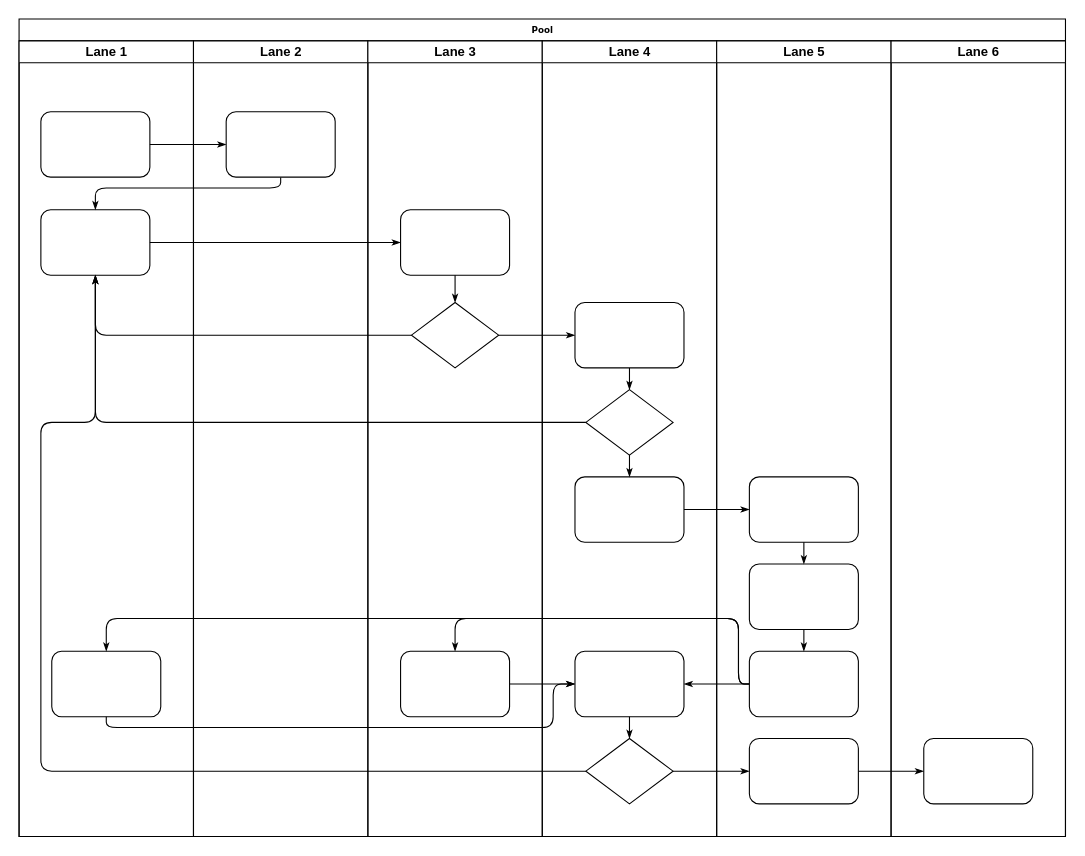
Before: diagrams/sa-ignore-gateway.drawio in ly-chn/tuchuang, a draw.io diagram. Source tidied: cells renumbered, new cells numbered last; positions are measured from the earlier drawing's top-left corner, leaving out a move shared by most shapes. Both pictures are drawn from the tidied source at 109%, with x=0, y=0 at pixel (19, 19).
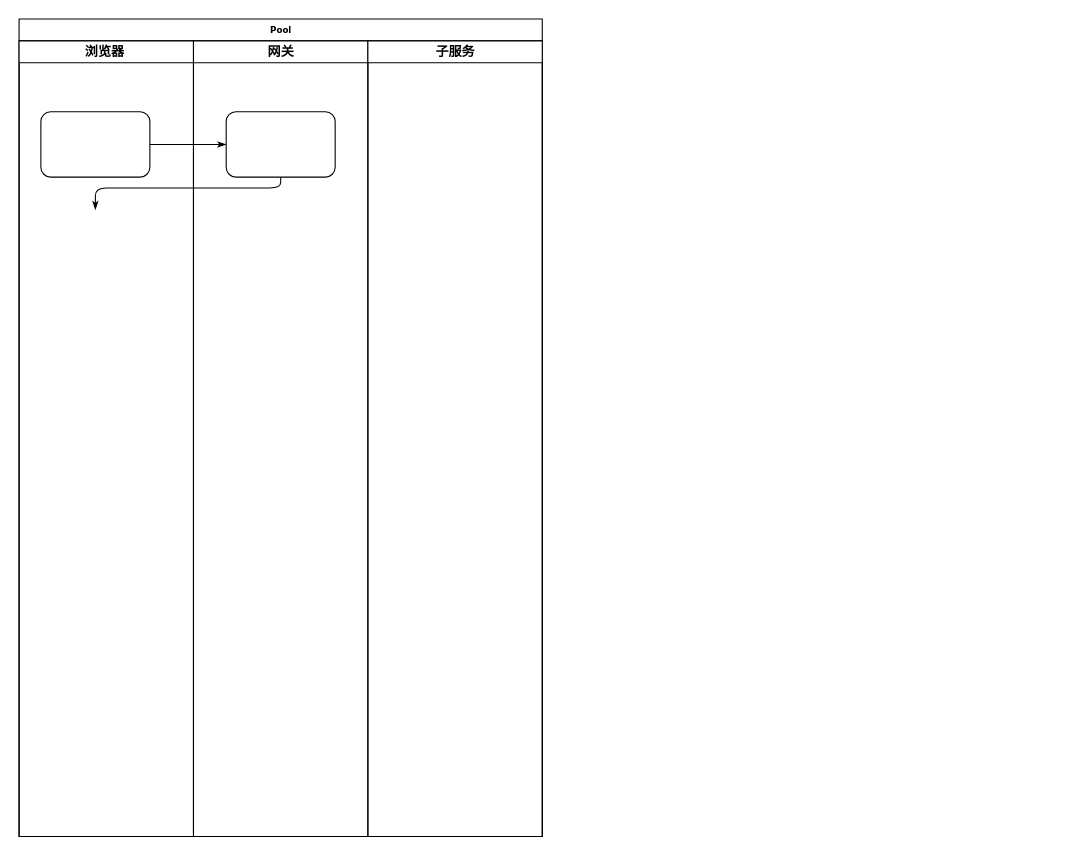
After the change.

The change refers to these unchanged cells:
```xml
<mxCell id="23" style="rounded=1;whiteSpace=wrap;html=1;shadow=0;labelBackgroundColor=none;strokeWidth=1;fontFamily=Verdana;fontSize=8;align=center;" parent="22" vertex="1">
  <mxGeometry x="30" y="65" width="100" height="60" as="geometry" />
</mxCell>
```

What changed in the source:
```diff
@@
     <mxCell id="2" value="Pool" style="swimlane;html=1;startSize=20;rounded=0;shadow=0;labelBackgroundColor=none;strokeWidth=1;fontFamily=Verdana;fontSize=8;align=center;" parent="1" vertex="1">
-      <mxGeometry width="960" height="750" as="geometry" />
+      <mxGeometry width="480" height="750" as="geometry" />
     </mxCell>
-    <mxCell id="3" value="Lane 1" style="swimlane;html=1;startSize=20;" parent="2" vertex="1">
+    <mxCell id="3" value="浏览器&lt;span style=&quot;white-space: pre;&quot;&gt; &lt;/span&gt;" style="swimlane;html=1;startSize=20;" parent="2" vertex="1">
       <mxGeometry y="20" width="160" height="730" as="geometry" />
     </mxCell>
@@
-    <mxCell id="5" style="rounded=1;whiteSpace=wrap;html=1;shadow=0;labelBackgroundColor=none;strokeWidth=1;fontFamily=Verdana;fontSize=8;align=center;" parent="3" vertex="1">
-      <mxGeometry x="20" y="155" width="100" height="60" as="geometry" />
-    </mxCell>
-    <mxCell id="6" style="rounded=1;whiteSpace=wrap;html=1;shadow=0;labelBackgroundColor=none;strokeWidth=1;fontFamily=Verdana;fontSize=8;align=center;" parent="3" vertex="1">
-      <mxGeometry x="30" y="560" width="100" height="60" as="geometry" />
-    </mxCell>
@@
-    <mxCell id="8" style="edgeStyle=orthogonalEdgeStyle;rounded=1;html=1;labelBackgroundColor=none;startArrow=none;startFill=0;startSize=5;endArrow=classicThin;endFill=1;endSize=5;jettySize=auto;strokeWidth=1;fontFamily=Verdana;fontSize=8;" parent="2" edge="1" source="23" target="5">
+    <mxCell id="8" style="edgeStyle=orthogonalEdgeStyle;rounded=1;html=1;labelBackgroundColor=none;startArrow=none;startFill=0;startSize=5;endArrow=classicThin;endFill=1;endSize=5;jettySize=auto;strokeWidth=1;fontFamily=Verdana;fontSize=8;" parent="2" edge="1" source="23">
       <mxGeometry relative="1" as="geometry">
+        <mxPoint x="70" y="175" as="targetPoint" />
         <Array as="points">
           <mxPoint x="240" y="155" />
           <mxPoint x="70" y="155" />
         </Array>
       </mxGeometry>
     </mxCell>
-    <mxCell id="9" style="edgeStyle=orthogonalEdgeStyle;rounded=1;html=1;labelBackgroundColor=none;startArrow=none;startFill=0;startSize=5;endArrow=classicThin;endFill=1;endSize=5;jettySize=auto;strokeWidth=1;fontFamily=Verdana;fontSize=8;" parent="2" edge="1" source="5" target="25">
-      <mxGeometry relative="1" as="geometry" />
-    </mxCell>
-    <mxCell id="10" style="edgeStyle=orthogonalEdgeStyle;rounded=1;html=1;labelBackgroundColor=none;startArrow=none;startFill=0;startSize=5;endArrow=classicThin;endFill=1;endSize=5;jettySize=auto;strokeWidth=1;fontFamily=Verdana;fontSize=8;" parent="2" edge="1" source="26" target="5">
-      <mxGeometry relative="1" as="geometry" />
-    </mxCell>
-    <mxCell id="11" style="edgeStyle=orthogonalEdgeStyle;rounded=1;html=1;labelBackgroundColor=none;startArrow=none;startFill=0;startSize=5;endArrow=classicThin;endFill=1;endSize=5;jettySize=auto;strokeWidth=1;fontFamily=Verdana;fontSize=8;" parent="2" edge="1" source="31" target="5">
-      <mxGeometry relative="1" as="geometry" />
-    </mxCell>
-    <mxCell id="12" style="edgeStyle=orthogonalEdgeStyle;rounded=1;html=1;labelBackgroundColor=none;startArrow=none;startFill=0;startSize=5;endArrow=classicThin;endFill=1;endSize=5;jettySize=auto;strokeWidth=1;fontFamily=Verdana;fontSize=8;" parent="2" edge="1" source="34" target="5">
-      <mxGeometry relative="1" as="geometry">
-        <Array as="points">
-          <mxPoint x="20" y="690" />
-          <mxPoint x="20" y="370" />
-          <mxPoint x="70" y="370" />
-        </Array>
-      </mxGeometry>
-    </mxCell>
-    <mxCell id="13" style="edgeStyle=orthogonalEdgeStyle;rounded=1;html=1;labelBackgroundColor=none;startArrow=none;startFill=0;startSize=5;endArrow=classicThin;endFill=1;endSize=5;jettySize=auto;strokeWidth=1;fontFamily=Verdana;fontSize=8;" parent="2" edge="1" source="26" target="30">
-      <mxGeometry relative="1" as="geometry" />
-    </mxCell>
-    <mxCell id="14" style="edgeStyle=orthogonalEdgeStyle;rounded=1;html=1;labelBackgroundColor=none;startArrow=none;startFill=0;startSize=5;endArrow=classicThin;endFill=1;endSize=5;jettySize=auto;strokeWidth=1;fontFamily=Verdana;fontSize=8;" parent="2" edge="1" source="34" target="42">
-      <mxGeometry relative="1" as="geometry" />
-    </mxCell>
-    <mxCell id="15" style="edgeStyle=orthogonalEdgeStyle;rounded=1;html=1;labelBackgroundColor=none;startArrow=none;startFill=0;startSize=5;endArrow=classicThin;endFill=1;endSize=5;jettySize=auto;strokeWidth=1;fontFamily=Verdana;fontSize=8;" parent="2" edge="1" source="42" target="46">
-      <mxGeometry relative="1" as="geometry" />
-    </mxCell>
-    <mxCell id="16" style="edgeStyle=orthogonalEdgeStyle;rounded=1;html=1;labelBackgroundColor=none;startArrow=none;startFill=0;startSize=5;endArrow=classicThin;endFill=1;endSize=5;jettySize=auto;strokeWidth=1;fontFamily=Verdana;fontSize=8;" parent="2" edge="1" source="32" target="39">
-      <mxGeometry relative="1" as="geometry" />
-    </mxCell>
-    <mxCell id="17" style="edgeStyle=orthogonalEdgeStyle;rounded=1;html=1;labelBackgroundColor=none;startArrow=none;startFill=0;startSize=5;endArrow=classicThin;endFill=1;endSize=5;jettySize=auto;strokeWidth=1;fontFamily=Verdana;fontSize=8;" parent="2" edge="1" source="41" target="27">
-      <mxGeometry relative="1" as="geometry">
-        <Array as="points">
-          <mxPoint x="660" y="610" />
-          <mxPoint x="660" y="550" />
-          <mxPoint x="400" y="550" />
-        </Array>
-      </mxGeometry>
-    </mxCell>
-    <mxCell id="18" style="edgeStyle=orthogonalEdgeStyle;rounded=1;html=1;labelBackgroundColor=none;startArrow=none;startFill=0;startSize=5;endArrow=classicThin;endFill=1;endSize=5;jettySize=auto;strokeColor=#000000;strokeWidth=1;fontFamily=Verdana;fontSize=8;fontColor=#000000;" parent="2" edge="1" source="41" target="33">
-      <mxGeometry relative="1" as="geometry" />
-    </mxCell>
-    <mxCell id="19" style="edgeStyle=orthogonalEdgeStyle;rounded=1;html=1;labelBackgroundColor=none;startArrow=none;startFill=0;startSize=5;endArrow=classicThin;endFill=1;endSize=5;jettySize=auto;strokeWidth=1;fontFamily=Verdana;fontSize=8;" parent="2" edge="1" source="41" target="6">
-      <mxGeometry relative="1" as="geometry">
-        <Array as="points">
-          <mxPoint x="660" y="610" />
-          <mxPoint x="660" y="550" />
-          <mxPoint x="80" y="550" />
-        </Array>
-      </mxGeometry>
-    </mxCell>
-    <mxCell id="20" style="edgeStyle=orthogonalEdgeStyle;rounded=1;html=1;labelBackgroundColor=none;startArrow=none;startFill=0;startSize=5;endArrow=classicThin;endFill=1;endSize=5;jettySize=auto;strokeWidth=1;fontFamily=Verdana;fontSize=8;" parent="2" edge="1" source="6" target="33">
-      <mxGeometry relative="1" as="geometry">
-        <Array as="points">
-          <mxPoint x="80" y="650" />
-          <mxPoint x="490" y="650" />
-          <mxPoint x="490" y="610" />
-        </Array>
-      </mxGeometry>
-    </mxCell>
-    <mxCell id="21" style="edgeStyle=orthogonalEdgeStyle;rounded=1;html=1;labelBackgroundColor=none;startArrow=none;startFill=0;startSize=5;endArrow=classicThin;endFill=1;endSize=5;jettySize=auto;strokeWidth=1;fontFamily=Verdana;fontSize=8;" parent="2" edge="1" source="27" target="33">
-      <mxGeometry relative="1" as="geometry" />
-    </mxCell>
-    <mxCell id="22" value="Lane 2" style="swimlane;html=1;startSize=20;" parent="2" vertex="1">
+    <mxCell id="22" value="网关" style="swimlane;html=1;startSize=20;" parent="2" vertex="1">
       <mxGeometry x="160" y="20" width="160" height="730" as="geometry" />
     </mxCell>
@@
-    <mxCell id="24" value="Lane 3" style="swimlane;html=1;startSize=20;" parent="2" vertex="1">
+    <mxCell id="24" value="子服务" style="swimlane;html=1;startSize=20;" parent="2" vertex="1">
       <mxGeometry x="320" y="20" width="160" height="730" as="geometry" />
     </mxCell>
-    <mxCell id="25" style="rounded=1;whiteSpace=wrap;html=1;shadow=0;labelBackgroundColor=none;strokeWidth=1;fontFamily=Verdana;fontSize=8;align=center;" parent="24" vertex="1">
-      <mxGeometry x="30" y="155" width="100" height="60" as="geometry" />
-    </mxCell>
-    <mxCell id="26" style="rhombus;whiteSpace=wrap;html=1;rounded=0;shadow=0;labelBackgroundColor=none;strokeWidth=1;fontFamily=Verdana;fontSize=8;align=center;" parent="24" vertex="1">
-      <mxGeometry x="40" y="240" width="80" height="60" as="geometry" />
-    </mxCell>
-    <mxCell id="27" style="rounded=1;whiteSpace=wrap;html=1;shadow=0;labelBackgroundColor=none;strokeWidth=1;fontFamily=Verdana;fontSize=8;align=center;" parent="24" vertex="1">
-      <mxGeometry x="30" y="560" width="100" height="60" as="geometry" />
-    </mxCell>
-    <mxCell id="28" style="edgeStyle=orthogonalEdgeStyle;rounded=1;html=1;labelBackgroundColor=none;startArrow=none;startFill=0;startSize=5;endArrow=classicThin;endFill=1;endSize=5;jettySize=auto;strokeWidth=1;fontFamily=Verdana;fontSize=8;" parent="24" edge="1" source="25" target="26">
-      <mxGeometry relative="1" as="geometry" />
-    </mxCell>
-    <mxCell id="29" value="Lane 4" style="swimlane;html=1;startSize=20;" parent="2" vertex="1">
-      <mxGeometry x="480" y="20" width="160" height="730" as="geometry" />
-    </mxCell>
-    <mxCell id="30" style="rounded=1;whiteSpace=wrap;html=1;shadow=0;labelBackgroundColor=none;strokeWidth=1;fontFamily=Verdana;fontSize=8;align=center;" parent="29" vertex="1">
-      <mxGeometry x="30" y="240" width="100" height="60" as="geometry" />
-    </mxCell>
-    <mxCell id="31" style="rhombus;whiteSpace=wrap;html=1;rounded=0;shadow=0;labelBackgroundColor=none;strokeWidth=1;fontFamily=Verdana;fontSize=8;align=center;" parent="29" vertex="1">
-      <mxGeometry x="40" y="320" width="80" height="60" as="geometry" />
-    </mxCell>
-    <mxCell id="32" style="rounded=1;whiteSpace=wrap;html=1;shadow=0;labelBackgroundColor=none;strokeWidth=1;fontFamily=Verdana;fontSize=8;align=center;" parent="29" vertex="1">
-      <mxGeometry x="30" y="400" width="100" height="60" as="geometry" />
-    </mxCell>
-    <mxCell id="33" style="rounded=1;whiteSpace=wrap;html=1;shadow=0;labelBackgroundColor=none;strokeWidth=1;fontFamily=Verdana;fontSize=8;align=center;" parent="29" vertex="1">
-      <mxGeometry x="30" y="560" width="100" height="60" as="geometry" />
-    </mxCell>
-    <mxCell id="34" style="rhombus;whiteSpace=wrap;html=1;rounded=0;shadow=0;labelBackgroundColor=none;strokeWidth=1;fontFamily=Verdana;fontSize=8;align=center;" parent="29" vertex="1">
-      <mxGeometry x="40" y="640" width="80" height="60" as="geometry" />
-    </mxCell>
-    <mxCell id="35" style="edgeStyle=orthogonalEdgeStyle;rounded=1;html=1;labelBackgroundColor=none;startArrow=none;startFill=0;startSize=5;endArrow=classicThin;endFill=1;endSize=5;jettySize=auto;strokeColor=#000000;strokeWidth=1;fontFamily=Verdana;fontSize=8;fontColor=#000000;" parent="29" edge="1" source="30" target="31">
-      <mxGeometry relative="1" as="geometry" />
-    </mxCell>
-    <mxCell id="36" style="edgeStyle=orthogonalEdgeStyle;rounded=1;html=1;labelBackgroundColor=none;startArrow=none;startFill=0;startSize=5;endArrow=classicThin;endFill=1;endSize=5;jettySize=auto;strokeWidth=1;fontFamily=Verdana;fontSize=8;" parent="29" edge="1" source="31" target="32">
-      <mxGeometry relative="1" as="geometry" />
-    </mxCell>
-    <mxCell id="37" style="edgeStyle=orthogonalEdgeStyle;rounded=1;html=1;labelBackgroundColor=none;startArrow=none;startFill=0;startSize=5;endArrow=classicThin;endFill=1;endSize=5;jettySize=auto;strokeWidth=1;fontFamily=Verdana;fontSize=8;" parent="29" edge="1" source="33" target="34">
-      <mxGeometry relative="1" as="geometry" />
-    </mxCell>
-    <mxCell id="38" value="Lane 5" style="swimlane;html=1;startSize=20;" parent="2" vertex="1">
-      <mxGeometry x="640" y="20" width="160" height="730" as="geometry" />
-    </mxCell>
-    <mxCell id="39" style="rounded=1;whiteSpace=wrap;html=1;shadow=0;labelBackgroundColor=none;strokeWidth=1;fontFamily=Verdana;fontSize=8;align=center;" parent="38" vertex="1">
-      <mxGeometry x="30" y="400" width="100" height="60" as="geometry" />
-    </mxCell>
-    <mxCell id="40" style="rounded=1;whiteSpace=wrap;html=1;shadow=0;labelBackgroundColor=none;strokeWidth=1;fontFamily=Verdana;fontSize=8;align=center;" parent="38" vertex="1">
-      <mxGeometry x="30" y="480" width="100" height="60" as="geometry" />
-    </mxCell>
-    <mxCell id="41" style="rounded=1;whiteSpace=wrap;html=1;shadow=0;labelBackgroundColor=none;strokeWidth=1;fontFamily=Verdana;fontSize=8;align=center;" parent="38" vertex="1">
-      <mxGeometry x="30" y="560" width="100" height="60" as="geometry" />
-    </mxCell>
-    <mxCell id="42" style="rounded=1;whiteSpace=wrap;html=1;shadow=0;labelBackgroundColor=none;strokeWidth=1;fontFamily=Verdana;fontSize=8;align=center;" parent="38" vertex="1">
-      <mxGeometry x="30" y="640" width="100" height="60" as="geometry" />
-    </mxCell>
-    <mxCell id="43" style="edgeStyle=orthogonalEdgeStyle;rounded=1;html=1;labelBackgroundColor=none;startArrow=none;startFill=0;startSize=5;endArrow=classicThin;endFill=1;endSize=5;jettySize=auto;strokeWidth=1;fontFamily=Verdana;fontSize=8;" parent="38" edge="1" source="39" target="40">
-      <mxGeometry relative="1" as="geometry" />
-    </mxCell>
-    <mxCell id="44" style="edgeStyle=orthogonalEdgeStyle;rounded=1;html=1;labelBackgroundColor=none;startArrow=none;startFill=0;startSize=5;endArrow=classicThin;endFill=1;endSize=5;jettySize=auto;strokeWidth=1;fontFamily=Verdana;fontSize=8;" parent="38" edge="1" source="40" target="41">
-      <mxGeometry relative="1" as="geometry" />
-    </mxCell>
-    <mxCell id="45" value="Lane 6" style="swimlane;html=1;startSize=20;" parent="2" vertex="1">
-      <mxGeometry x="800" y="20" width="160" height="730" as="geometry" />
-    </mxCell>
-    <mxCell id="46" style="rounded=1;whiteSpace=wrap;html=1;shadow=0;labelBackgroundColor=none;strokeWidth=1;fontFamily=Verdana;fontSize=8;align=center;" parent="45" vertex="1">
-      <mxGeometry x="30" y="640" width="100" height="60" as="geometry" />
-    </mxCell>
```
